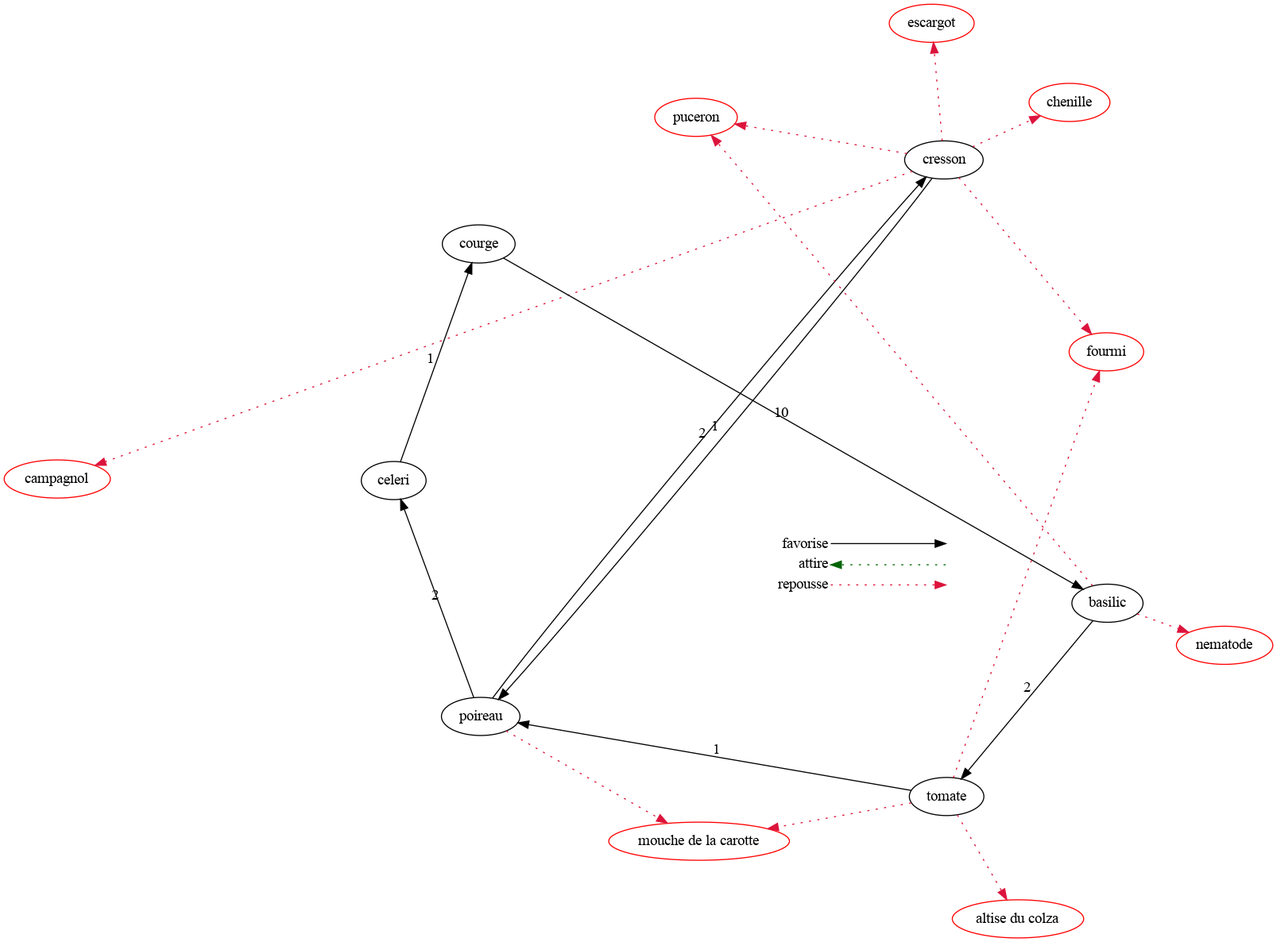
locherry/Jardin keeps this Graphviz diagram as graph/graph_pondere_dijkstra.dot.png. Above is the earlier version. Its source is kept beside it as graph/graph_pondere_dijkstra.dot. Its diagram source:
```dot
digraph {
    layout="circo"
    node [color = green]
    node [color = red]
    "campagnol"
    "puceron"
    "chenille"
    "fourmi"
    "escargot"
    "mouche de la carotte"
    "nematode"
    "altise du colza"
    node [color = black]
    "cresson" -> "poireau" [label="1"]
    "poireau" -> "celeri" [label="2"]
    "celeri" -> "courge" [label="1"]
    "courge" -> "basilic" [label="10"]
    "basilic" -> "tomate" [label="2"]
    "tomate" -> "poireau" [label="1"]
    "poireau" -> "cresson" [label="2"]
    "cresson" -> "campagnol" [color=crimson, style=dotted]
    "cresson" -> "puceron" [color=crimson, style=dotted]
    "cresson" -> "chenille" [color=crimson, style=dotted]
    "cresson" -> "fourmi" [color=crimson, style=dotted]
    "cresson" -> "escargot" [color=crimson, style=dotted]
    "poireau" -> "mouche de la carotte" [color=crimson, style=dotted]
    "basilic" -> "nematode" [color=crimson, style=dotted]
    "basilic" -> "puceron" [color=crimson, style=dotted]
    "tomate" -> "altise du colza" [color=crimson, style=dotted]
    "tomate" -> "fourmi" [color=crimson, style=dotted]
    "tomate" -> "mouche de la carotte" [color=crimson, style=dotted]

    subgraph cluster_01 {
        node [shape=plaintext]
        key [label=<<table border="0" cellpadding="2" cellspacing="0" cellborder="0">
            <tr><td align="right" port="i1">favorise</td></tr>
            <tr><td align="right" port="i2">attire</td></tr>
            <tr><td align="right" port="i3">repousse</td></tr>
            </table>>]
            key2 [label=<<table border="0" cellpadding="2" cellspacing="0" cellborder="0">
            <tr><td port="i1">&nbsp;</td></tr>
            <tr><td port="i2">&nbsp;</td></tr>
            <tr><td port="i3">&nbsp;</td></tr>
        </table>>]
        key:i1:e -> key2:i1:w [color=black]
        key2:i2:w -> key:i2:e [color=darkgreen, style=dotted]
        key:i3:e -> key2:i3:w [color=crimson, style=dotted]

        node [shape=circle]
    }
}
```
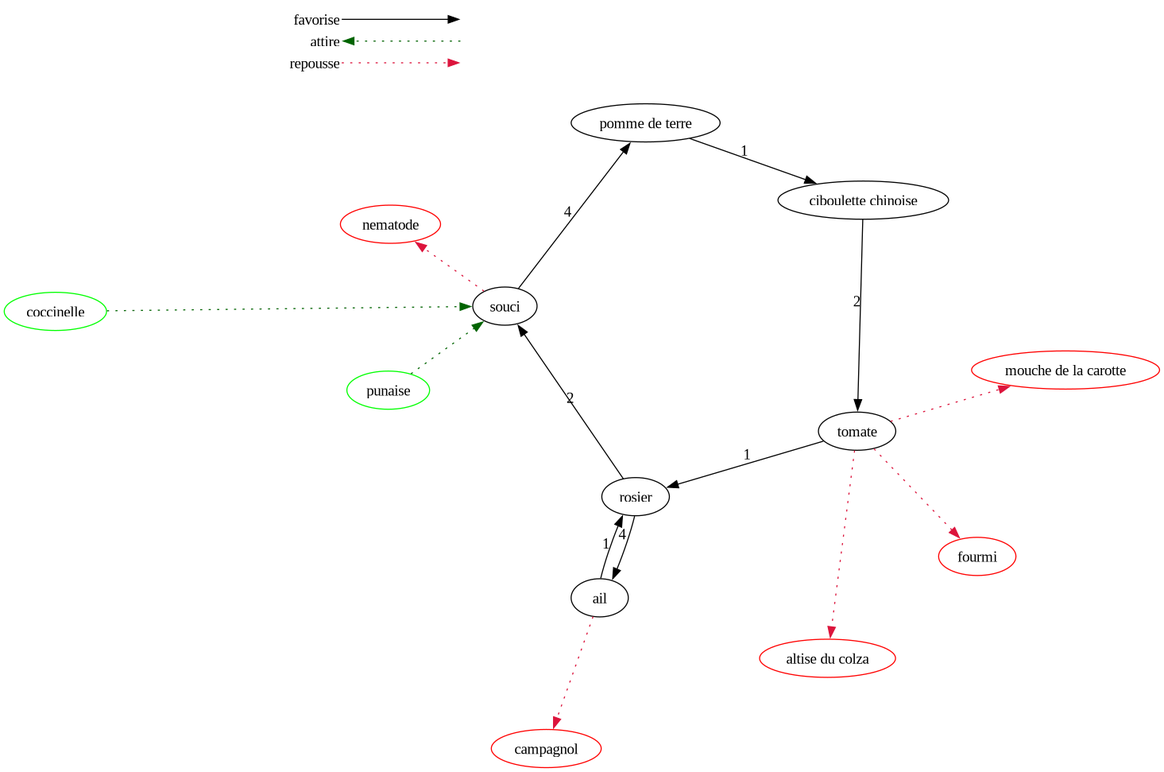
The same diagram one commit later.

What changed in the source:
```diff
@@ -1,34 +1,29 @@
 digraph {
     layout="circo"
     node [color = green]
+    "coccinelle"
+    "punaise"
     node [color = red]
+    "altise du colza"
+    "fourmi"
+    "mouche de la carotte"
     "campagnol"
-    "puceron"
-    "chenille"
-    "fourmi"
-    "escargot"
-    "mouche de la carotte"
     "nematode"
-    "altise du colza"
     node [color = black]
-    "cresson" -> "poireau" [label="1"]
-    "poireau" -> "celeri" [label="2"]
-    "celeri" -> "courge" [label="1"]
-    "courge" -> "basilic" [label="10"]
-    "basilic" -> "tomate" [label="2"]
-    "tomate" -> "poireau" [label="1"]
-    "poireau" -> "cresson" [label="2"]
-    "cresson" -> "campagnol" [color=crimson, style=dotted]
-    "cresson" -> "puceron" [color=crimson, style=dotted]
-    "cresson" -> "chenille" [color=crimson, style=dotted]
-    "cresson" -> "fourmi" [color=crimson, style=dotted]
-    "cresson" -> "escargot" [color=crimson, style=dotted]
-    "poireau" -> "mouche de la carotte" [color=crimson, style=dotted]
-    "basilic" -> "nematode" [color=crimson, style=dotted]
-    "basilic" -> "puceron" [color=crimson, style=dotted]
+    "ciboulette chinoise" -> "tomate" [label="2"]
+    "tomate" -> "rosier" [label="1"]
+    "rosier" -> "ail" [label="4"]
+    "ail" -> "rosier" [label="1"]
+    "rosier" -> "souci" [label="2"]
+    "souci" -> "pomme de terre" [label="4"]
+    "pomme de terre" -> "ciboulette chinoise" [label="1"]
     "tomate" -> "altise du colza" [color=crimson, style=dotted]
     "tomate" -> "fourmi" [color=crimson, style=dotted]
     "tomate" -> "mouche de la carotte" [color=crimson, style=dotted]
+    "ail" -> "campagnol" [color=crimson, style=dotted]
+    "souci" -> "nematode" [color=crimson, style=dotted]
+    "coccinelle" -> "souci" [color=darkgreen, style=dotted]
+    "punaise" -> "souci" [color=darkgreen, style=dotted]
 
     subgraph cluster_01 {
         node [shape=plaintext]
```
